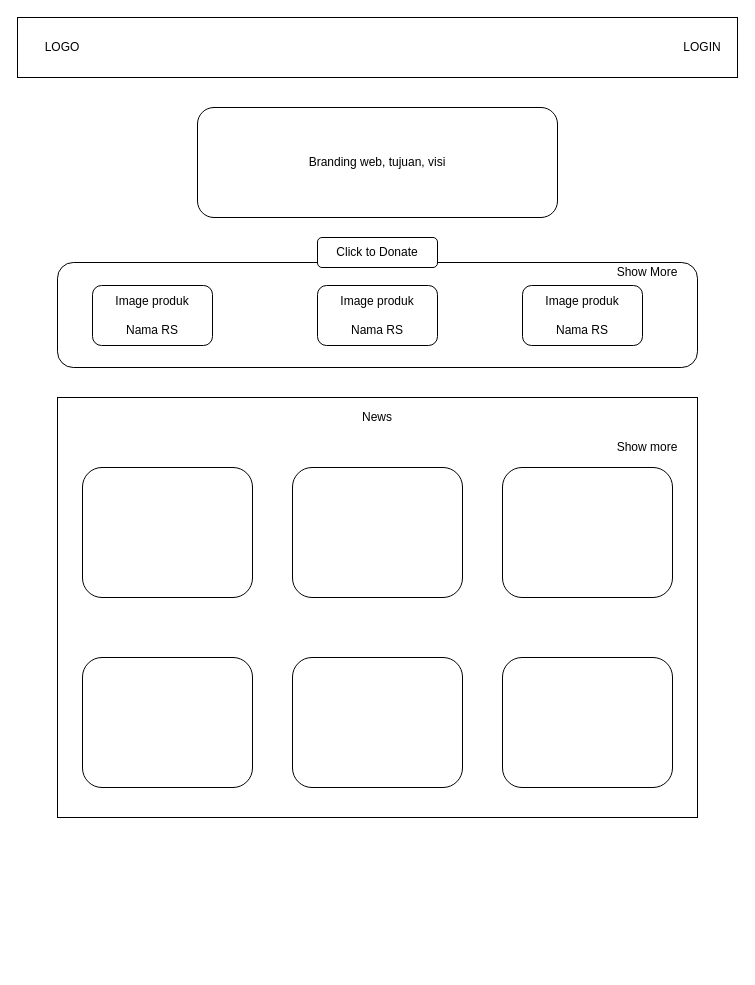
Before: page "HomePageAll" (1 of 6) of layoutzoonpoliticon.drawio in ihsan3975/about-ihsan, a draw.io diagram. Source tidied: cells renumbered, new cells numbered last; positions are measured from the earlier drawing's top-left corner, leaving out a move shared by most shapes. Both pictures are drawn from the tidied source at 100%, with x=0, y=0 at pixel (17, 17).
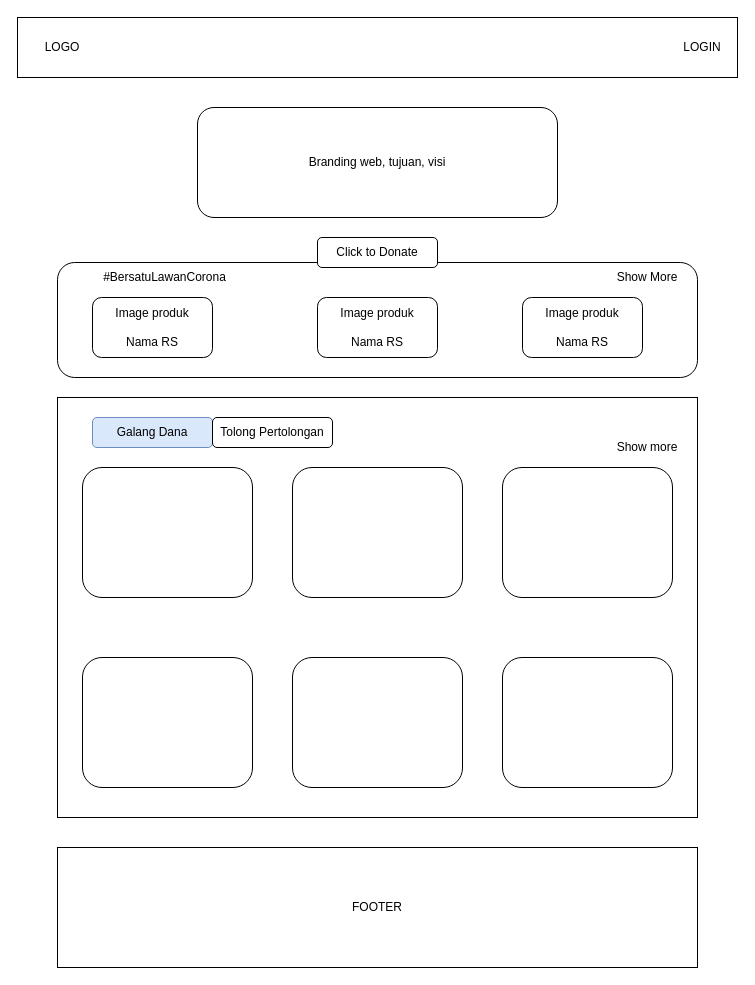
The same diagram, later.

Diff of the diagram source:
```diff
@@
     <mxCell id="2" style="rounded=1;whiteSpace=wrap;html=1;" parent="1" vertex="1">
-      <mxGeometry x="40" y="245" width="640" height="105" as="geometry" />
+      <mxGeometry x="40" y="245" width="640" height="115" as="geometry" />
     </mxCell>
@@
     <mxCell id="7" value="Image produk&lt;br&gt;&lt;div&gt;&lt;br&gt;&lt;/div&gt;&lt;div&gt;Nama RS&lt;br&gt;&lt;/div&gt;" style="rounded=1;whiteSpace=wrap;html=1;" parent="1" vertex="1">
-      <mxGeometry x="75" y="268" width="120" height="60" as="geometry" />
+      <mxGeometry x="75" y="280" width="120" height="60" as="geometry" />
     </mxCell>
     <mxCell id="8" value="Image produk&lt;br&gt;&lt;div&gt;&lt;br&gt;&lt;/div&gt;&lt;div&gt;Nama RS&lt;br&gt;&lt;/div&gt;" style="rounded=1;whiteSpace=wrap;html=1;" parent="1" vertex="1">
-      <mxGeometry x="505" y="268" width="120" height="60" as="geometry" />
+      <mxGeometry x="505" y="280" width="120" height="60" as="geometry" />
     </mxCell>
     <mxCell id="9" value="Image produk&lt;br&gt;&lt;div&gt;&lt;br&gt;&lt;/div&gt;&lt;div&gt;Nama RS&lt;br&gt;&lt;/div&gt;" style="rounded=1;whiteSpace=wrap;html=1;" parent="1" vertex="1">
-      <mxGeometry x="300" y="268" width="120" height="60" as="geometry" />
+      <mxGeometry x="300" y="280" width="120" height="60" as="geometry" />
     </mxCell>
@@
     <mxCell id="12" value="Show More" style="text;html=1;strokeColor=none;fillColor=none;align=center;verticalAlign=middle;whiteSpace=wrap;rounded=0;" parent="1" vertex="1">
-      <mxGeometry x="580" y="245" width="100" height="20" as="geometry" />
+      <mxGeometry x="580" y="250" width="100" height="20" as="geometry" />
     </mxCell>
-    <mxCell id="13" value="News" style="text;html=1;strokeColor=none;fillColor=none;align=center;verticalAlign=middle;whiteSpace=wrap;rounded=0;" parent="1" vertex="1">
-      <mxGeometry x="340" y="390" width="40" height="20" as="geometry" />
-    </mxCell>
@@
+    <mxCell id="21" value="Galang Dana" style="rounded=1;whiteSpace=wrap;html=1;fillColor=#dae8fc;strokeColor=#6c8ebf;" parent="1" vertex="1">
+      <mxGeometry x="75" y="400" width="120" height="30" as="geometry" />
+    </mxCell>
+    <mxCell id="22" value="Tolong Pertolongan" style="rounded=1;whiteSpace=wrap;html=1;" parent="1" vertex="1">
+      <mxGeometry x="195" y="400" width="120" height="30" as="geometry" />
+    </mxCell>
+    <mxCell id="23" value="#BersatuLawanCorona" style="text;html=1;strokeColor=none;fillColor=none;align=center;verticalAlign=middle;whiteSpace=wrap;rounded=0;" parent="1" vertex="1">
+      <mxGeometry x="75" y="250" width="145" height="20" as="geometry" />
+    </mxCell>
+    <mxCell id="24" value="FOOTER" style="rounded=0;whiteSpace=wrap;html=1;" parent="1" vertex="1">
+      <mxGeometry x="40" y="830" width="640" height="120" as="geometry" />
+    </mxCell>
```
